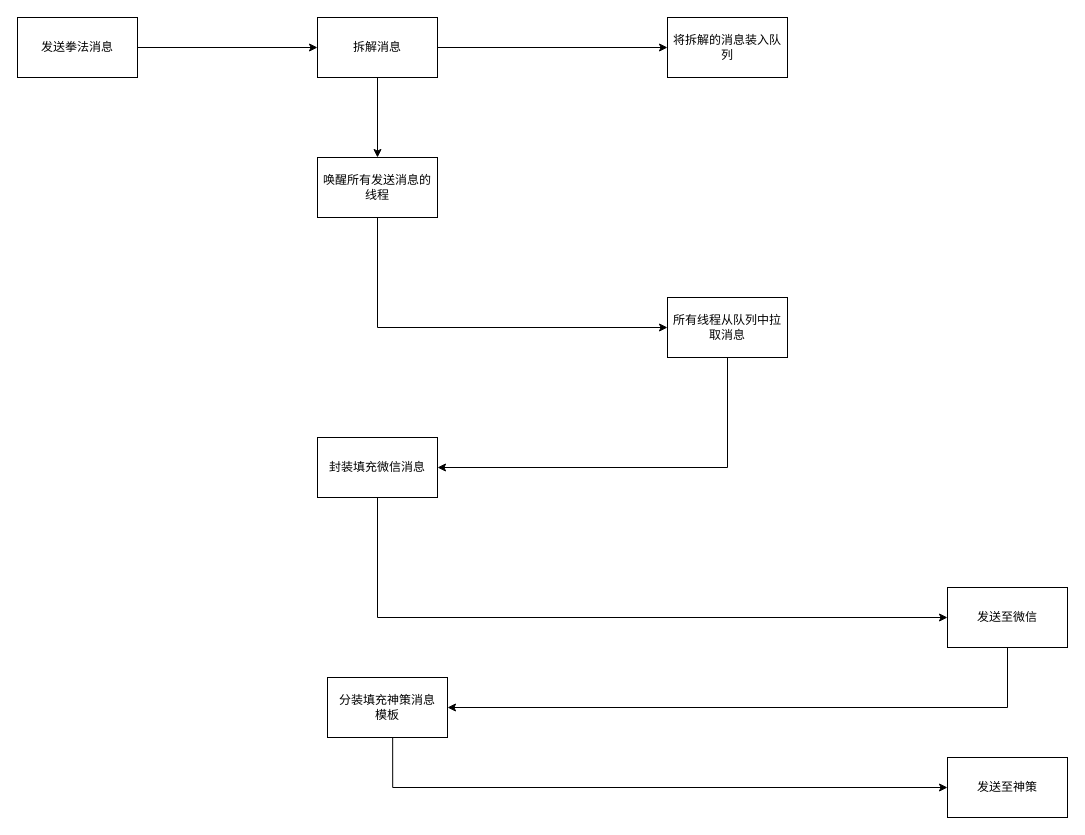
Above: StudyDemo/src/群法流程.drawio in keyeze/StudyPlace (draw.io), before the change. Source tidied: cells renumbered, new cells numbered last; positions are measured from the earlier drawing's top-left corner, leaving out a move shared by most shapes. Both pictures are drawn from the tidied source at 100%, with x=0, y=0 at pixel (17, 17).
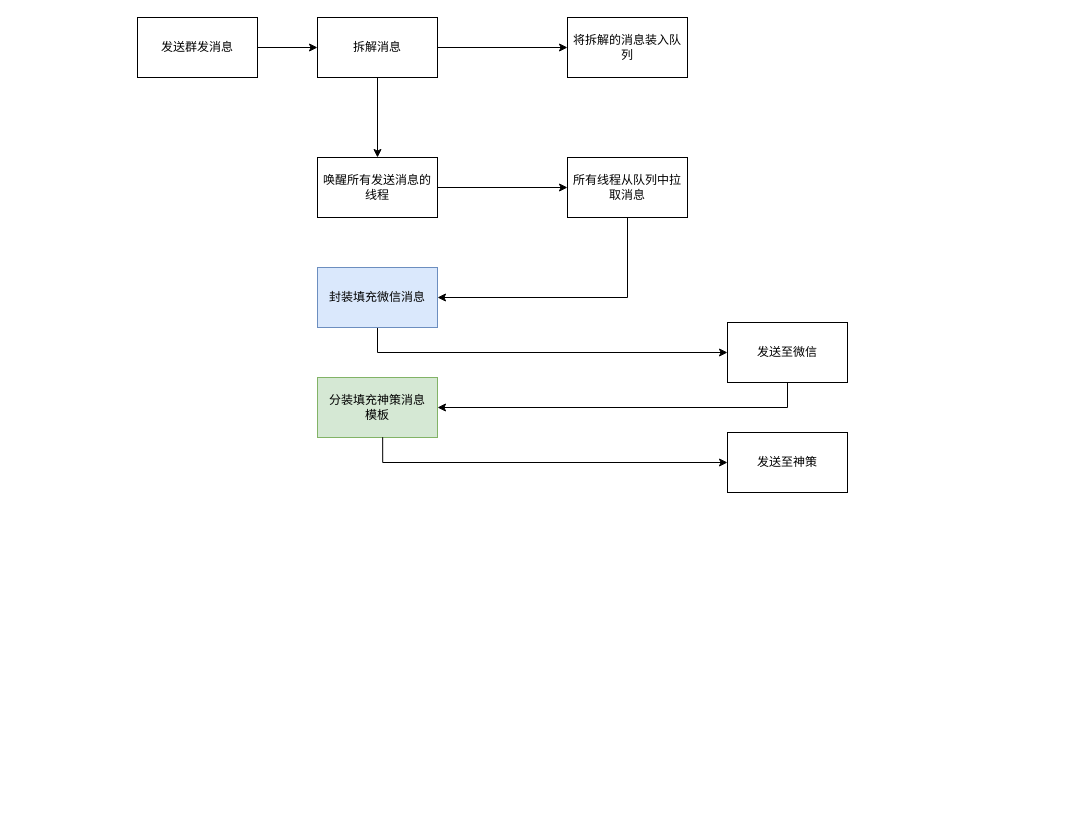
The same page after the edit.

Commit message (it also covers changes not shown here):
更新群法流程.drawio

Diff of the diagram source:
```diff
@@
 <mxGraphModel>
   <root>
     <mxCell id="0" />
     <mxCell id="1" parent="0" />
     <mxCell id="2" style="edgeStyle=orthogonalEdgeStyle;rounded=0;jettySize=auto;html=1;exitX=1;exitY=0.5;exitDx=0;exitDy=0;entryX=0;entryY=0.5;entryDx=0;entryDy=0;" parent="1" edge="1" source="3" target="5">
       <mxGeometry relative="1" as="geometry" />
     </mxCell>
-    <mxCell id="3" value="发送拳法消息" style="rounded=0;whiteSpace=wrap;html=1;" parent="1" vertex="1">
-      <mxGeometry width="120" height="60" as="geometry" />
+    <mxCell id="3" value="发送群发消息" style="rounded=0;whiteSpace=wrap;html=1;" parent="1" vertex="1">
+      <mxGeometry x="120" width="120" height="60" as="geometry" />
     </mxCell>
     <mxCell id="4" style="edgeStyle=orthogonalEdgeStyle;rounded=0;jettySize=auto;html=1;exitX=0.5;exitY=1;exitDx=0;exitDy=0;entryX=0.5;entryY=0;entryDx=0;entryDy=0;" parent="1" edge="1" source="5" target="9">
       <mxGeometry relative="1" as="geometry" />
     </mxCell>
     <mxCell id="5" value="拆解消息" style="rounded=0;whiteSpace=wrap;html=1;" parent="1" vertex="1">
       <mxGeometry x="300" width="120" height="60" as="geometry" />
     </mxCell>
     <mxCell id="6" style="edgeStyle=orthogonalEdgeStyle;rounded=0;jettySize=auto;html=1;exitX=1;exitY=0.5;exitDx=0;exitDy=0;entryX=0;entryY=0.5;entryDx=0;entryDy=0;" parent="1" edge="1" source="5" target="7">
       <mxGeometry relative="1" as="geometry" />
     </mxCell>
     <mxCell id="7" value="将拆解的消息装入队列" style="rounded=0;whiteSpace=wrap;html=1;" parent="1" vertex="1">
-      <mxGeometry x="650" width="120" height="60" as="geometry" />
+      <mxGeometry x="550" width="120" height="60" as="geometry" />
     </mxCell>
-    <mxCell id="8" style="edgeStyle=orthogonalEdgeStyle;rounded=0;jettySize=auto;html=1;exitX=0.5;exitY=1;exitDx=0;exitDy=0;entryX=0;entryY=0.5;entryDx=0;entryDy=0;" parent="1" edge="1" source="9" target="11">
+    <mxCell id="8" style="edgeStyle=orthogonalEdgeStyle;rounded=0;jettySize=auto;html=1;exitX=1;exitY=0.5;exitDx=0;exitDy=0;entryX=0;entryY=0.5;entryDx=0;entryDy=0;" parent="1" edge="1" source="9" target="11">
       <mxGeometry relative="1" as="geometry" />
     </mxCell>
     <mxCell id="9" value="唤醒所有发送消息的线程" style="rounded=0;whiteSpace=wrap;html=1;" parent="1" vertex="1">
       <mxGeometry x="300" y="140" width="120" height="60" as="geometry" />
     </mxCell>
     <mxCell id="10" style="edgeStyle=orthogonalEdgeStyle;rounded=0;jettySize=auto;html=1;exitX=0.5;exitY=1;exitDx=0;exitDy=0;entryX=1;entryY=0.5;entryDx=0;entryDy=0;" parent="1" edge="1" source="11" target="13">
       <mxGeometry relative="1" as="geometry" />
     </mxCell>
     <mxCell id="11" value="所有线程从队列中拉取消息" style="rounded=0;whiteSpace=wrap;html=1;" parent="1" vertex="1">
-      <mxGeometry x="650" y="280" width="120" height="60" as="geometry" />
+      <mxGeometry x="550" y="140" width="120" height="60" as="geometry" />
     </mxCell>
     <mxCell id="12" style="edgeStyle=orthogonalEdgeStyle;rounded=0;jettySize=auto;html=1;exitX=0.5;exitY=1;exitDx=0;exitDy=0;entryX=0;entryY=0.5;entryDx=0;entryDy=0;" parent="1" edge="1" source="13" target="15">
       <mxGeometry relative="1" as="geometry" />
     </mxCell>
-    <mxCell id="13" value="封装填充微信消息" style="rounded=0;whiteSpace=wrap;html=1;" parent="1" vertex="1">
-      <mxGeometry x="300" y="420" width="120" height="60" as="geometry" />
+    <mxCell id="13" value="封装填充微信消息" style="rounded=0;whiteSpace=wrap;html=1;fillColor=#dae8fc;strokeColor=#6c8ebf;" parent="1" vertex="1">
+      <mxGeometry x="300" y="250" width="120" height="60" as="geometry" />
     </mxCell>
     <mxCell id="14" style="edgeStyle=orthogonalEdgeStyle;rounded=0;jettySize=auto;html=1;exitX=0.5;exitY=1;exitDx=0;exitDy=0;entryX=1;entryY=0.5;entryDx=0;entryDy=0;" parent="1" edge="1" source="15" target="16">
       <mxGeometry relative="1" as="geometry" />
     </mxCell>
     <mxCell id="15" value="&lt;span style=&quot;white-space: normal&quot;&gt;发送至微信&lt;/span&gt;" style="rounded=0;whiteSpace=wrap;html=1;" parent="1" vertex="1">
-      <mxGeometry x="930" y="570" width="120" height="60" as="geometry" />
+      <mxGeometry x="710" y="305" width="120" height="60" as="geometry" />
     </mxCell>
-    <mxCell id="16" value="分装填充神策消息&lt;br&gt;模板" style="rounded=0;whiteSpace=wrap;html=1;" parent="1" vertex="1">
-      <mxGeometry x="310" y="660" width="120" height="60" as="geometry" />
+    <mxCell id="16" value="分装填充神策消息&lt;br&gt;模板" style="rounded=0;whiteSpace=wrap;html=1;fillColor=#d5e8d4;strokeColor=#82b366;" parent="1" vertex="1">
+      <mxGeometry x="300" y="360" width="120" height="60" as="geometry" />
     </mxCell>
     <mxCell id="17" style="edgeStyle=orthogonalEdgeStyle;rounded=0;jettySize=auto;html=1;exitX=0.543;exitY=0.995;exitDx=0;exitDy=0;entryX=0;entryY=0.5;entryDx=0;entryDy=0;exitPerimeter=0;" parent="1" edge="1" source="16" target="18">
       <mxGeometry relative="1" as="geometry" />
     </mxCell>
     <mxCell id="18" value="发送至神策" style="rounded=0;whiteSpace=wrap;html=1;" parent="1" vertex="1">
-      <mxGeometry x="930" y="740" width="120" height="60" as="geometry" />
+      <mxGeometry x="710" y="415" width="120" height="60" as="geometry" />
     </mxCell>
   </root>
 </mxGraphModel>
```
